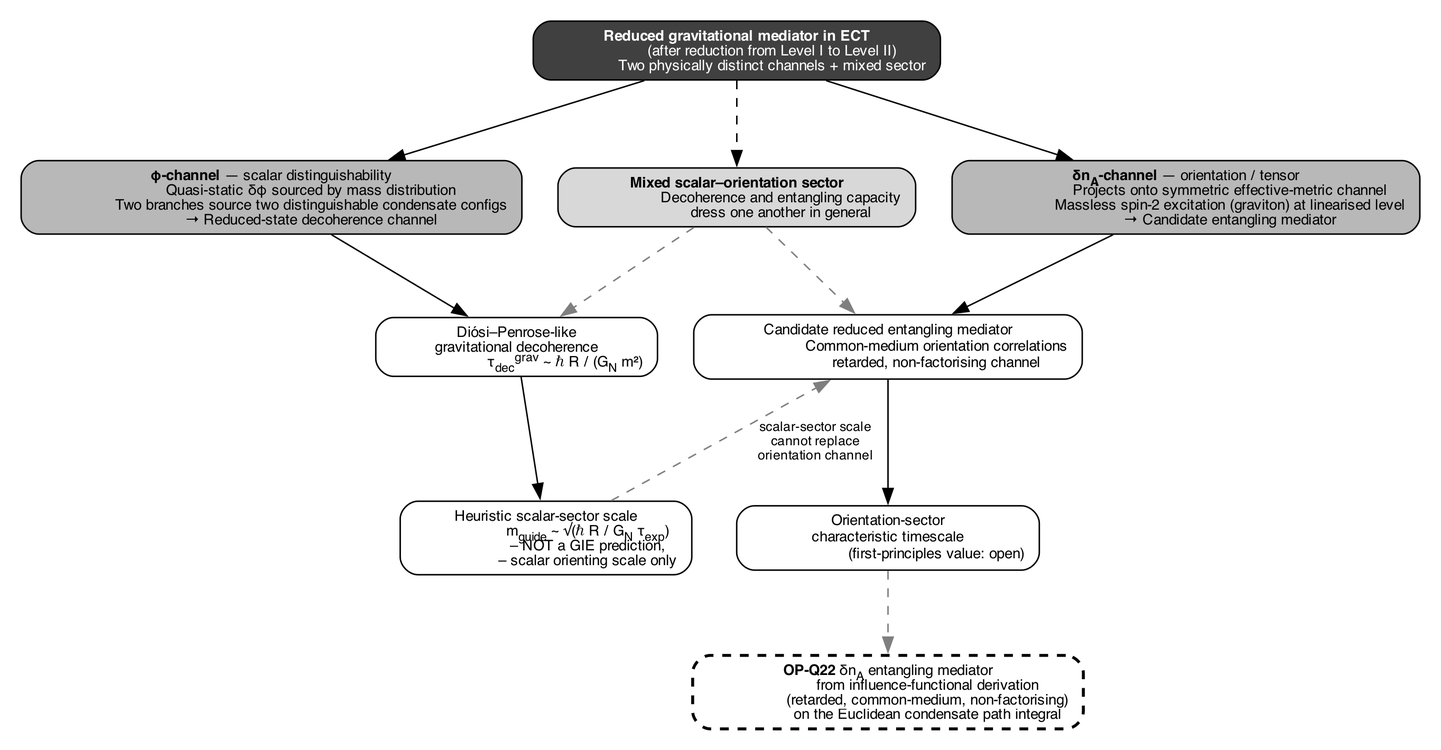
The Graphviz diagram companion/figures/fig_mediator_channels.png in chufelo/ECT-preprint-code, before a commit. Its source is kept beside it as scripts/fig_mediator_channels.gv. Its diagram source:
```dot
digraph MediatorChannels {
  rankdir=TB;
  fontname="Helvetica";
  pad="0.2";
  node [fontname="Helvetica", fontsize=10, shape=box,
        style="rounded,filled", margin="0.14,0.07"];
  edge [fontname="Helvetica", fontsize=9];
  splines=true;
  nodesep=0.35;
  ranksep=0.75;
  labeljust=c;

  node [fillcolor="#404040", fontcolor=white];
  root [label=<<B>Reduced gravitational mediator in ECT</B><BR/>
                (after reduction from Level I to Level II)<BR/>
                Two physically distinct channels&#x2003;+&#x2003;mixed sector>];

  node [fillcolor="#b8b8b8", fontcolor=black];
  phi_ch [label=<<B>&#x03C6;-channel</B>&#x2003;&#x2014;&#x2003;scalar distinguishability<BR/>
                  Quasi-static &#x03B4;&#x03C6; sourced by mass distribution<BR/>
                  Two branches source two distinguishable condensate configs<BR/>
                  &#x2192; Reduced-state decoherence channel>];

  delta_ch [label=<<B>&#x03B4;n<SUB>A</SUB>-channel</B>&#x2003;&#x2014;&#x2003;orientation / tensor<BR/>
                    Projects onto symmetric effective-metric channel<BR/>
                    Massless spin-2 excitation (graviton) at linearised level<BR/>
                    &#x2192; Candidate entangling mediator>];

  node [fillcolor="#d8d8d8", fontcolor=black];
  mixed_ch [label=<<B>Mixed scalar&#x2013;orientation sector</B><BR/>
                    Decoherence and entangling capacity<BR/>
                    dress one another in general>];

  node [fillcolor="#ffffff", fontcolor=black];
  decoh_grav [label=<Di&#xF3;si&#x2013;Penrose-like<BR/>gravitational decoherence<BR/>
                      &#x03C4;<SUB>dec</SUB><SUP>grav</SUP> &#x223C; &#x210F; R / (G<SUB>N</SUB> m&#xB2;)>];
  m_guide [label=<Heuristic scalar-sector scale<BR/>
                   m<SUB>guide</SUB> &#x223C; &#x221A;(&#x210F; R / G<SUB>N</SUB> &#x03C4;<SUB>exp</SUB>)<BR/>
                   &#x2013; NOT a GIE prediction,<BR/>
                   &#x2013; scalar orienting scale only>];

  entangling [label=<Candidate reduced entangling mediator<BR/>
                      Common-medium orientation correlations<BR/>
                      retarded, non-factorising channel>];
  orient_ts  [label=<Orientation-sector<BR/>characteristic timescale<BR/>
                      (first-principles value: open)>];

  node [fillcolor="#ffffff", fontcolor=black, style="rounded,dashed",
        penwidth=2];
  op_q22 [label=<<B>OP-Q22</B>&#x2003;&#x03B4;n<SUB>A</SUB> entangling mediator<BR/>
                  from influence-functional derivation<BR/>
                  (retarded, common-medium, non-factorising)<BR/>
                  on the Euclidean condensate path integral>];

  {rank=same; root}
  {rank=same; phi_ch; delta_ch; mixed_ch}
  {rank=same; decoh_grav; entangling}
  {rank=same; m_guide; orient_ts}
  {rank=same; op_q22}

  root -> phi_ch;
  root -> delta_ch;
  root -> mixed_ch [style=dashed];

  phi_ch -> decoh_grav;
  decoh_grav -> m_guide;

  delta_ch -> entangling;
  entangling -> orient_ts;
  orient_ts -> op_q22 [style=dashed, color=gray50];

  m_guide -> entangling [style=dashed, color=gray50,
                         label="scalar-sector scale\ncannot replace\norientation channel"];

  mixed_ch -> decoh_grav [style=dashed, color=gray50];
  mixed_ch -> entangling [style=dashed, color=gray50];
}
```
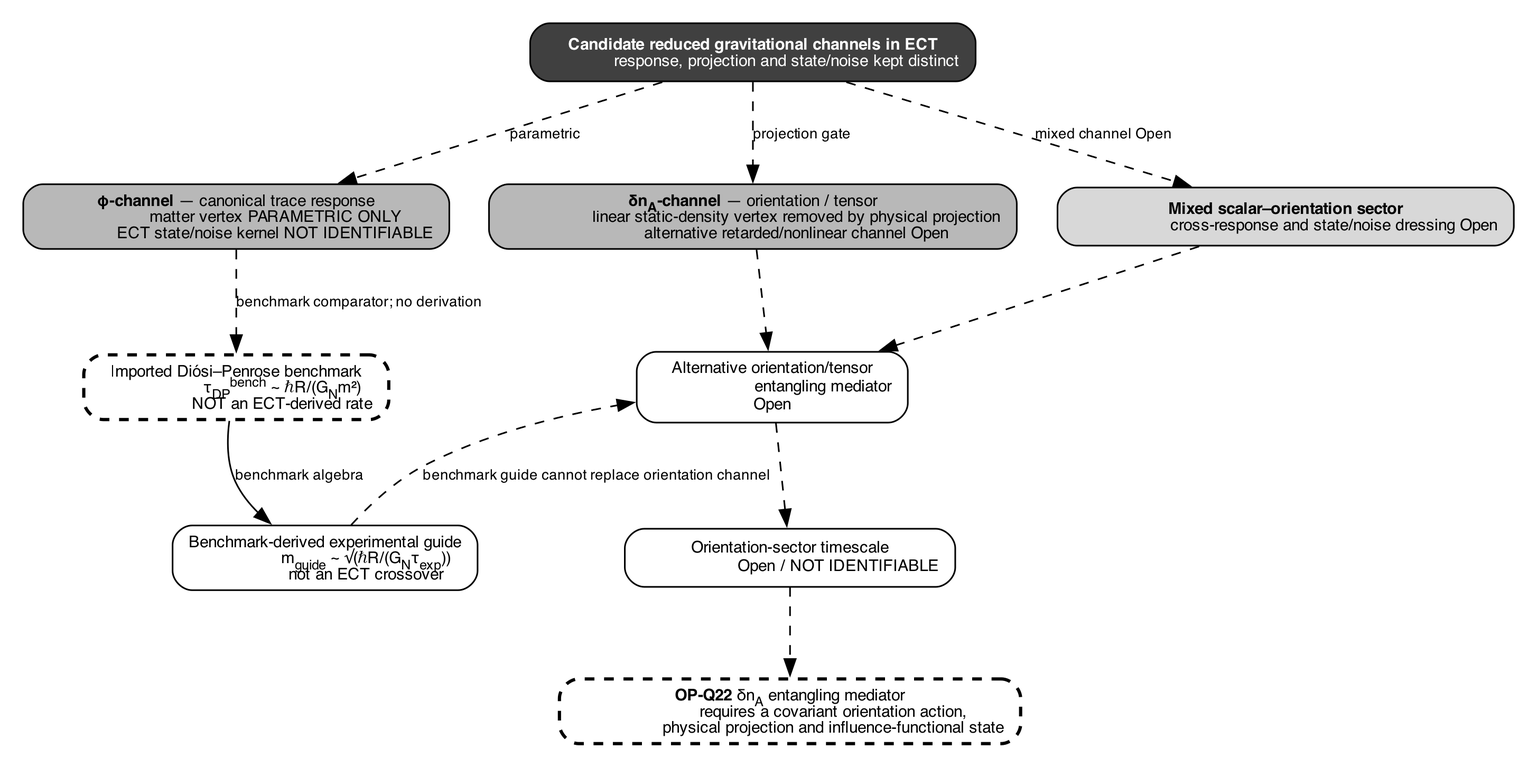
The same file after the commit.

Change to the diagram source:
```diff
@@ -4,74 +4,62 @@
   pad="0.2";
   node [fontname="Helvetica", fontsize=10, shape=box,
         style="rounded,filled", margin="0.14,0.07"];
-  edge [fontname="Helvetica", fontsize=9];
+  edge [fontname="Helvetica", fontsize=9, color="black"];
   splines=true;
   nodesep=0.35;
   ranksep=0.75;
   labeljust=c;
 
   node [fillcolor="#404040", fontcolor=white];
-  root [label=<<B>Reduced gravitational mediator in ECT</B><BR/>
-                (after reduction from Level I to Level II)<BR/>
-                Two physically distinct channels&#x2003;+&#x2003;mixed sector>];
+  root [label=<<B>Candidate reduced gravitational channels in ECT</B><BR/>
+              response, projection and state/noise kept distinct>];
 
   node [fillcolor="#b8b8b8", fontcolor=black];
-  phi_ch [label=<<B>&#x03C6;-channel</B>&#x2003;&#x2014;&#x2003;scalar distinguishability<BR/>
-                  Quasi-static &#x03B4;&#x03C6; sourced by mass distribution<BR/>
-                  Two branches source two distinguishable condensate configs<BR/>
-                  &#x2192; Reduced-state decoherence channel>];
-
+  phi_ch [label=<<B>&#x03C6;-channel</B>&#x2003;&#x2014;&#x2003;canonical trace response<BR/>
+                matter vertex PARAMETRIC ONLY<BR/>
+                ECT state/noise kernel NOT IDENTIFIABLE>];
   delta_ch [label=<<B>&#x03B4;n<SUB>A</SUB>-channel</B>&#x2003;&#x2014;&#x2003;orientation / tensor<BR/>
-                    Projects onto symmetric effective-metric channel<BR/>
-                    Massless spin-2 excitation (graviton) at linearised level<BR/>
-                    &#x2192; Candidate entangling mediator>];
+                  linear static-density vertex removed by physical projection<BR/>
+                  alternative retarded/nonlinear channel Open>];
 
   node [fillcolor="#d8d8d8", fontcolor=black];
   mixed_ch [label=<<B>Mixed scalar&#x2013;orientation sector</B><BR/>
-                    Decoherence and entangling capacity<BR/>
-                    dress one another in general>];
+                    cross-response and state/noise dressing Open>];
 
   node [fillcolor="#ffffff", fontcolor=black];
-  decoh_grav [label=<Di&#xF3;si&#x2013;Penrose-like<BR/>gravitational decoherence<BR/>
-                      &#x03C4;<SUB>dec</SUB><SUP>grav</SUP> &#x223C; &#x210F; R / (G<SUB>N</SUB> m&#xB2;)>];
-  m_guide [label=<Heuristic scalar-sector scale<BR/>
-                   m<SUB>guide</SUB> &#x223C; &#x221A;(&#x210F; R / G<SUB>N</SUB> &#x03C4;<SUB>exp</SUB>)<BR/>
-                   &#x2013; NOT a GIE prediction,<BR/>
-                   &#x2013; scalar orienting scale only>];
+  dp_bench [label=<Imported Di&#xF3;si&#x2013;Penrose benchmark<BR/>
+                   &#x03C4;<SUB>DP</SUB><SUP>bench</SUP> &#x223C; &#x210F;R/(G<SUB>N</SUB>m&#xB2;)<BR/>
+                   NOT an ECT-derived rate>, style="rounded,dashed,filled", penwidth=2];
+  m_guide [label=<Benchmark-derived experimental guide<BR/>
+                 m<SUB>guide</SUB> &#x223C; &#x221A;(&#x210F;R/(G<SUB>N</SUB>&#x03C4;<SUB>exp</SUB>))<BR/>
+                 not an ECT crossover>];
+  entangling [label=<Alternative orientation/tensor<BR/>
+                     entangling mediator<BR/>Open>];
+  orient_ts [label=<Orientation-sector timescale<BR/>
+                    Open / NOT IDENTIFIABLE>];
 
-  entangling [label=<Candidate reduced entangling mediator<BR/>
-                      Common-medium orientation correlations<BR/>
-                      retarded, non-factorising channel>];
-  orient_ts  [label=<Orientation-sector<BR/>characteristic timescale<BR/>
-                      (first-principles value: open)>];
-
-  node [fillcolor="#ffffff", fontcolor=black, style="rounded,dashed",
+  node [fillcolor="#ffffff", fontcolor=black, style="rounded,dashed,filled",
         penwidth=2];
   op_q22 [label=<<B>OP-Q22</B>&#x2003;&#x03B4;n<SUB>A</SUB> entangling mediator<BR/>
-                  from influence-functional derivation<BR/>
-                  (retarded, common-medium, non-factorising)<BR/>
-                  on the Euclidean condensate path integral>];
+                  requires a covariant orientation action,<BR/>
+                  physical projection and influence-functional state>];
 
   {rank=same; root}
   {rank=same; phi_ch; delta_ch; mixed_ch}
-  {rank=same; decoh_grav; entangling}
+  {rank=same; dp_bench; entangling}
   {rank=same; m_guide; orient_ts}
   {rank=same; op_q22}
 
-  root -> phi_ch;
-  root -> delta_ch;
-  root -> mixed_ch [style=dashed];
-
-  phi_ch -> decoh_grav;
-  decoh_grav -> m_guide;
-
-  delta_ch -> entangling;
-  entangling -> orient_ts;
-  orient_ts -> op_q22 [style=dashed, color=gray50];
-
-  m_guide -> entangling [style=dashed, color=gray50,
-                         label="scalar-sector scale\ncannot replace\norientation channel"];
-
-  mixed_ch -> decoh_grav [style=dashed, color=gray50];
-  mixed_ch -> entangling [style=dashed, color=gray50];
+  root -> phi_ch [style=dashed, label="parametric"];
+  root -> delta_ch [style=dashed, label="projection gate"];
+  root -> mixed_ch [style=dashed, label="mixed channel Open"];
+  phi_ch -> dp_bench [style=dashed,
+                      label="benchmark comparator; no derivation"];
+  dp_bench -> m_guide [label="benchmark algebra"];
+  delta_ch -> entangling [style=dashed];
+  entangling -> orient_ts [style=dashed];
+  orient_ts -> op_q22 [style=dashed];
+  m_guide -> entangling [style=dashed,
+                         label="benchmark guide cannot replace orientation channel"];
+  mixed_ch -> entangling [style=dashed];
 }
```
